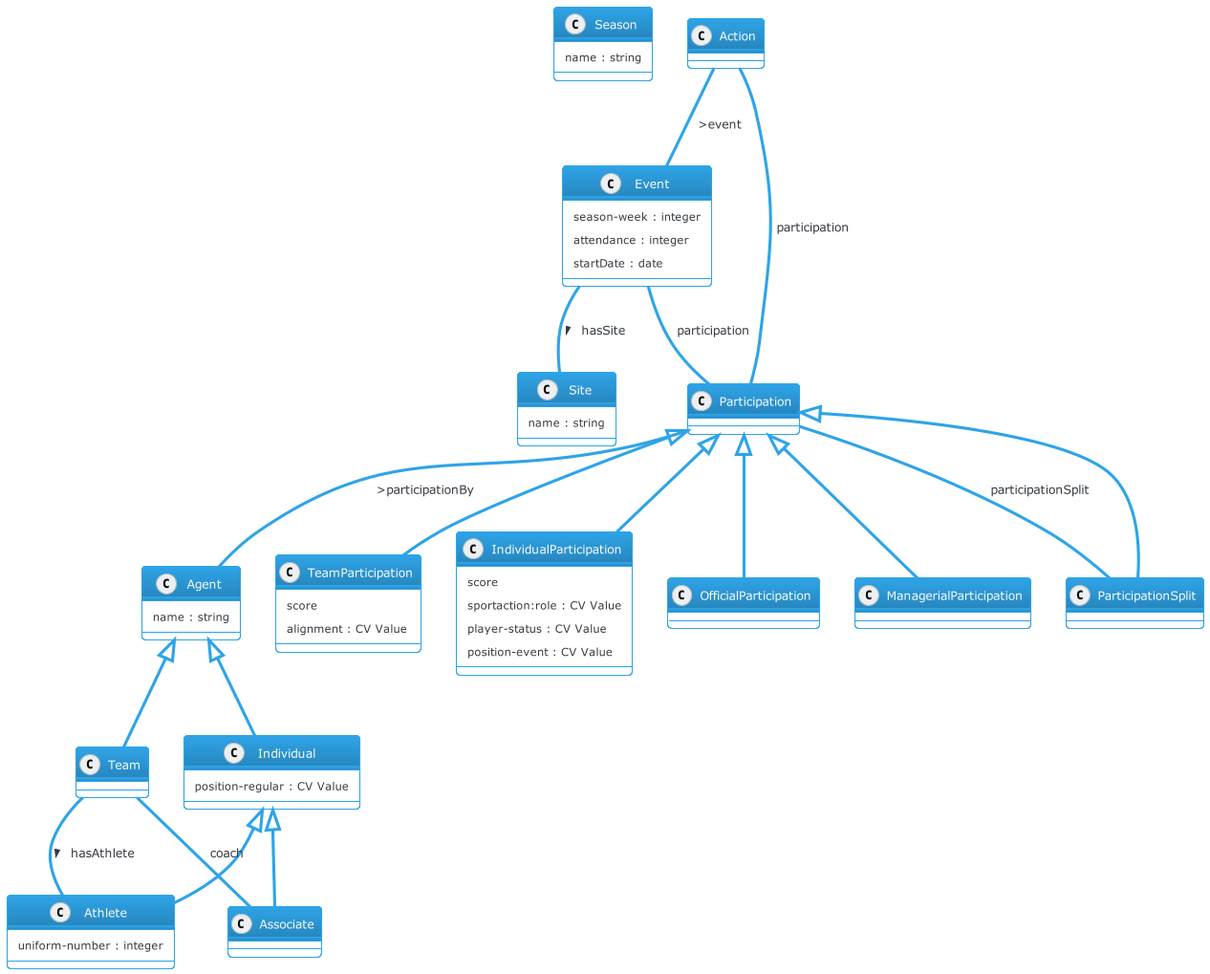
Before: docs/diagrams/iptc-sport-model.png, a diagram exported from PlantUML (iptc/sport-schema). The source it was exported from:
```plantuml
@startuml
!theme cerulean-outline
class Season {
  name : string
}
class Event {
  season-week : integer
  attendance : integer
  startDate : date
}
class Action {
}
Action -- Event : >event
Action -- Participation : participation
Event -- Participation : participation
class Participation
Participation -- Agent : >participationBy
class TeamParticipation {
  score
  alignment : CV Value
}
class IndividualParticipation {
  score
  sportaction:role : CV Value
  player-status : CV Value
  position-event : CV Value
}
class Site {
  name : string
}
class Agent {
  name : string
}
class Team {
}
class Individual {
  position-regular : CV Value
}
class Athlete {
  uniform-number : integer
}
class Associate {
}
Event -- Site :  > hasSite
Participation <|-- TeamParticipation
Participation <|-- IndividualParticipation
Participation <|-- OfficialParticipation
Participation <|-- ManagerialParticipation
Participation <|-- ParticipationSplit
Participation -- ParticipationSplit : participationSplit
Agent <|-- Team
Agent <|-- Individual
Individual <|-- Athlete
Team -- Athlete : > hasAthlete
Individual <|-- Associate
Team -- Associate : coach
@enduml
```
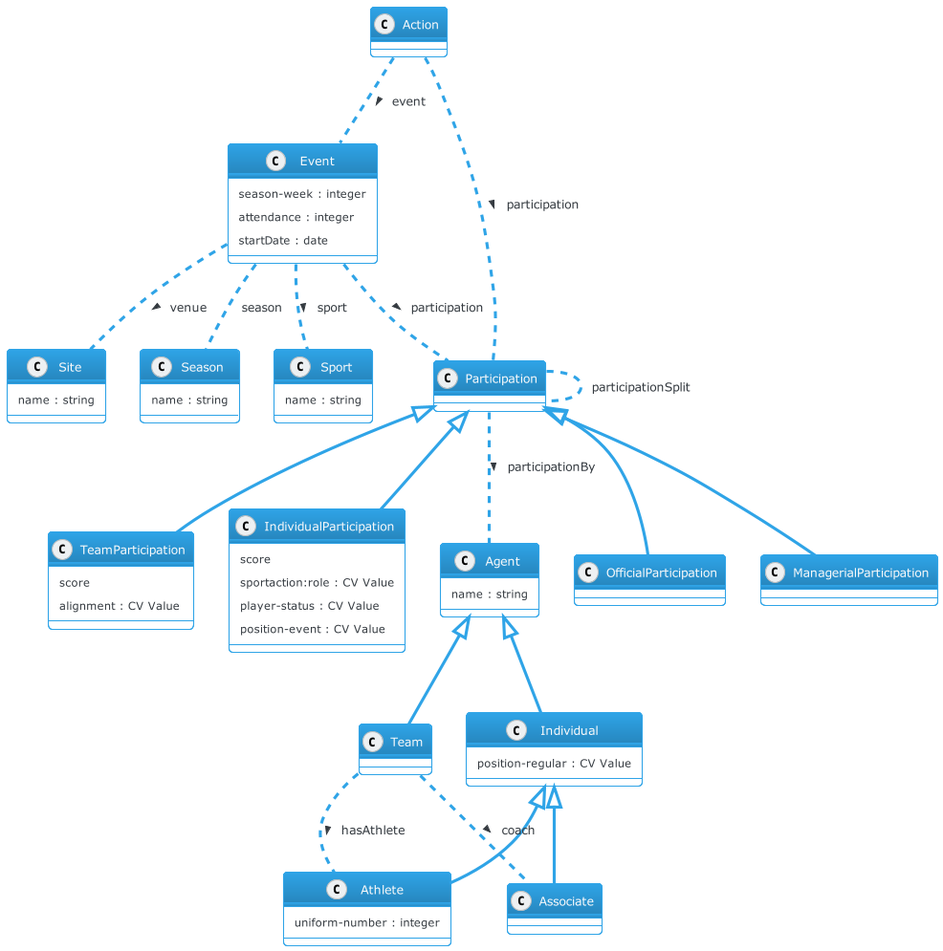
Above is the later version.

Commit message:
Updating to make the diagram easier to read and more accurate...

Diff of the diagram source:
```diff
@@ -1,5 +1,8 @@
 @startuml
 !theme cerulean-outline
+class Sport {
+  name : string
+}
 class Season {
   name : string
 }
@@ -10,11 +13,8 @@
 }
 class Action {
 }
-Action -- Event : >event
-Action -- Participation : participation
-Event -- Participation : participation
-class Participation
-Participation -- Agent : >participationBy
+class Participation {
+}
 class TeamParticipation {
   score
   alignment : CV Value
@@ -41,17 +41,22 @@
 }
 class Associate {
 }
-Event -- Site :  > hasSite
 Participation <|-- TeamParticipation
 Participation <|-- IndividualParticipation
 Participation <|-- OfficialParticipation
 Participation <|-- ManagerialParticipation
-Participation <|-- ParticipationSplit
-Participation -- ParticipationSplit : participationSplit
 Agent <|-- Team
 Agent <|-- Individual
 Individual <|-- Athlete
-Team -- Athlete : > hasAthlete
 Individual <|-- Associate
-Team -- Associate : coach
+Action .. Event : > event
+Action .. Participation : > participation
+Event .. Sport : > sport
+Event .. Participation : > participation
+Event .. Season : season
+Participation .. Participation : participationSplit
+Participation .. Agent : > participationBy
+Event .. Site :  > venue
+Team .. Athlete : > hasAthlete
+Team .. Associate : > coach
 @enduml
```
